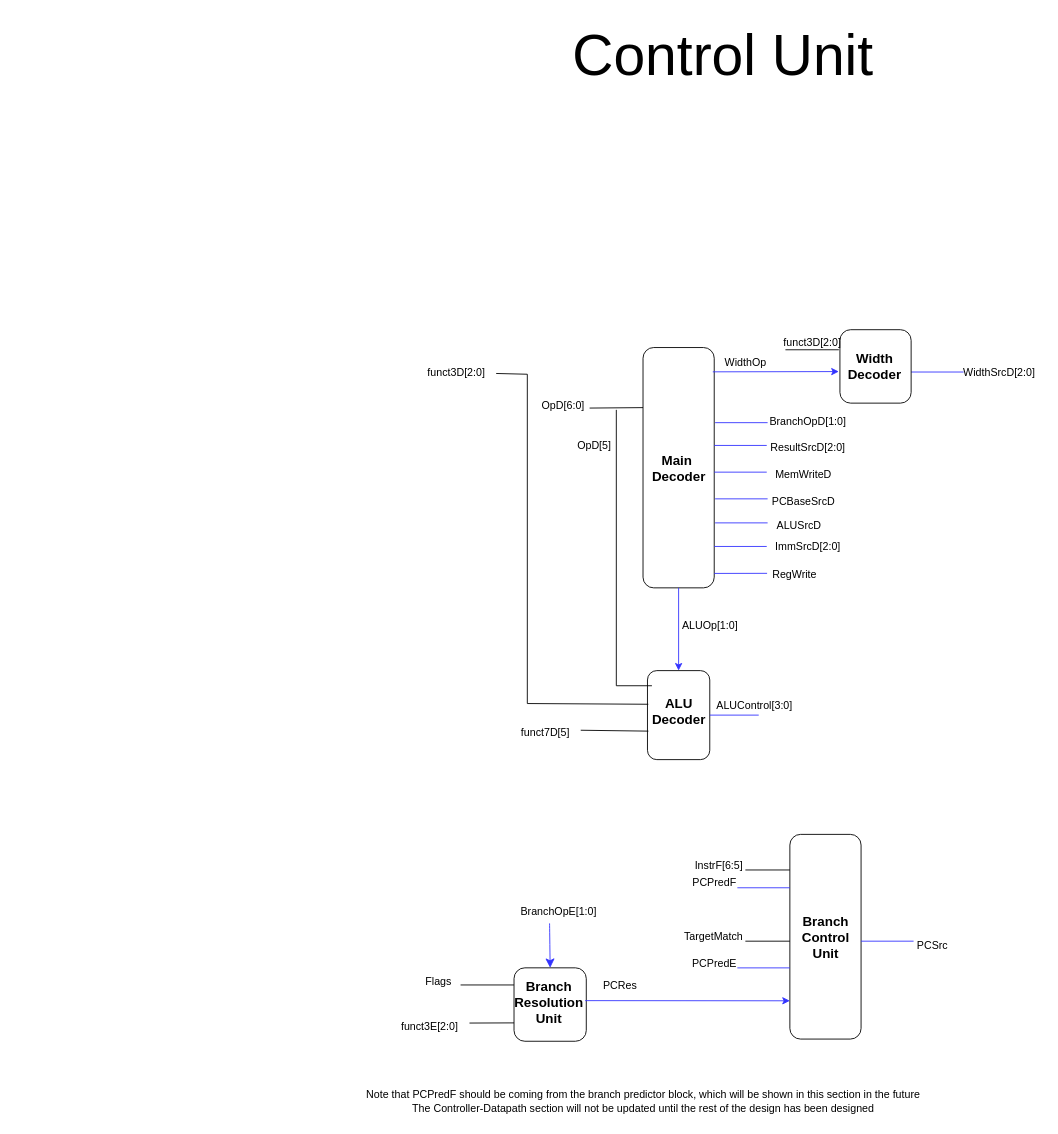
Before: page "Control Unit" (3 of 4) of Documentation/RISC-V Pipelined Schematic.drawio in Biggo03/RISC-V-Pipelined, a draw.io diagram. Source tidied: cells renumbered, new cells numbered last; positions are measured from the earlier drawing's top-left corner, leaving out a move shared by most shapes. Both pictures are drawn from the tidied source at 89%, with x=0, y=0 at pixel (353, 15).
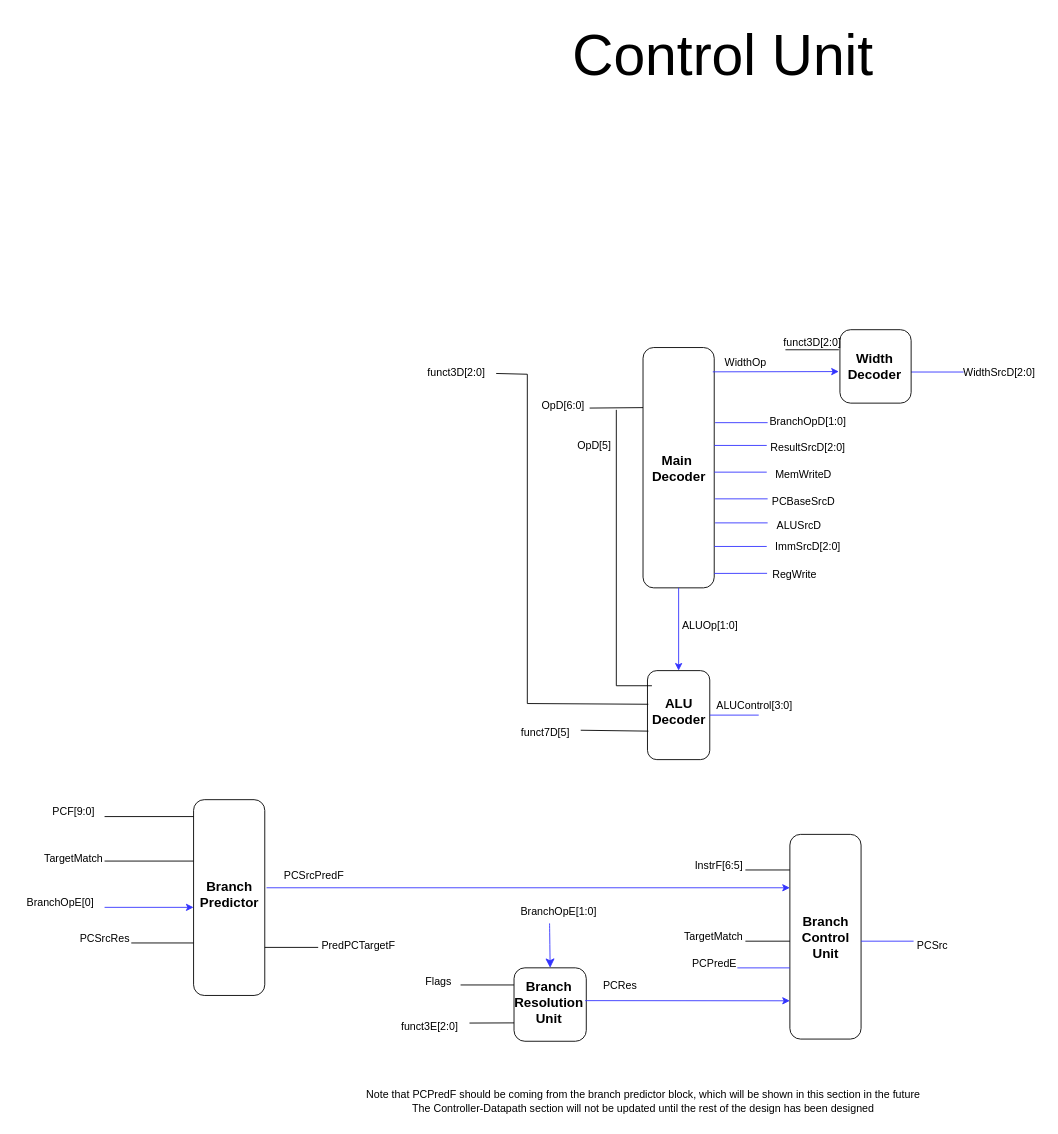
The same page after the edit.

Commit message:
Made schematic for branch predictor, added to control unit schematic

Diff of the diagram source:
```diff
@@
-    <mxCell id="60" style="endArrow=none;html=1;rounded=0;exitX=0.852;exitY=-0.008;exitDx=0;exitDy=0;exitPerimeter=0;strokeColor=#3333FF;" parent="1" edge="1">
+    <mxCell id="60" style="endArrow=classic;html=1;rounded=0;strokeColor=#3333FF;exitX=1.025;exitY=0.45;exitDx=0;exitDy=0;exitPerimeter=0;endFill=1;" parent="1" edge="1" source="69">
       <mxGeometry relative="1" as="geometry">
-        <mxPoint x="431" y="980" as="sourcePoint" />
         <mxPoint x="490" y="980" as="targetPoint" />
       </mxGeometry>
     </mxCell>
-    <mxCell id="61" value="PCPredF" style="text;html=1;align=center;verticalAlign=middle;strokeColor=none;fillColor=none;" parent="1" vertex="1">
-      <mxGeometry x="370" y="960" width="70" height="30" as="geometry" />
+    <mxCell id="61" value="PCSrcPredF" style="text;html=1;align=center;verticalAlign=middle;strokeColor=none;fillColor=none;" parent="1" vertex="1">
+      <mxGeometry x="-90" y="952" width="90" height="30" as="geometry" />
     </mxCell>
@@
+    <mxCell id="69" style="rounded=1;whiteSpace=wrap;html=1;" parent="1" vertex="1">
+      <mxGeometry x="-180" y="881" width="80" height="220" as="geometry" />
+    </mxCell>
+    <mxCell id="70" value="&lt;span style=&quot;font-size: 15px;&quot;&gt;&lt;b&gt;Branch&lt;/b&gt;&lt;/span&gt;&lt;div&gt;&lt;span style=&quot;font-size: 15px;&quot;&gt;&lt;b&gt;Predictor&lt;/b&gt;&lt;/span&gt;&lt;/div&gt;" style="text;html=1;align=center;verticalAlign=middle;strokeColor=none;fillColor=none;" parent="1" vertex="1">
+      <mxGeometry x="-185" y="962" width="90" height="50" as="geometry" />
+    </mxCell>
+    <mxCell id="71" style="endArrow=none;html=1;rounded=0;" parent="1" edge="1">
+      <mxGeometry relative="1" as="geometry">
+        <mxPoint x="-280" y="900" as="sourcePoint" />
+        <mxPoint x="-180" y="900" as="targetPoint" />
+      </mxGeometry>
+    </mxCell>
+    <mxCell id="72" value="PCF[9:0]" style="text;html=1;align=center;verticalAlign=middle;strokeColor=none;fillColor=none;" parent="1" vertex="1">
+      <mxGeometry x="-350" y="880" width="70" height="30" as="geometry" />
+    </mxCell>
+    <mxCell id="73" style="endArrow=none;html=1;rounded=0;" parent="1" edge="1">
+      <mxGeometry relative="1" as="geometry">
+        <mxPoint x="-280" y="950" as="sourcePoint" />
+        <mxPoint x="-180" y="950" as="targetPoint" />
+      </mxGeometry>
+    </mxCell>
+    <mxCell id="74" value="TargetMatch" style="text;html=1;align=center;verticalAlign=middle;strokeColor=none;fillColor=none;" parent="1" vertex="1">
+      <mxGeometry x="-360" y="932" width="90" height="30" as="geometry" />
+    </mxCell>
+    <mxCell id="75" style="endArrow=classic;html=1;rounded=0;strokeColor=#3333FF;endFill=1;" parent="1" edge="1">
+      <mxGeometry relative="1" as="geometry">
+        <mxPoint x="-280" y="1002" as="sourcePoint" />
+        <mxPoint x="-180" y="1002" as="targetPoint" />
+      </mxGeometry>
+    </mxCell>
+    <mxCell id="76" value="&lt;font style=&quot;color: rgb(0, 0, 0);&quot;&gt;BranchOpE[0]&lt;/font&gt;" style="text;html=1;align=center;verticalAlign=middle;strokeColor=none;fillColor=none;" parent="1" vertex="1">
+      <mxGeometry x="-380" y="982" width="100" height="30" as="geometry" />
+    </mxCell>
+    <mxCell id="77" style="endArrow=none;html=1;rounded=0;entryX=0;entryY=0.75;entryDx=0;entryDy=0;" parent="1" edge="1">
+      <mxGeometry relative="1" as="geometry">
+        <mxPoint x="-250" y="1042" as="sourcePoint" />
+        <mxPoint x="-180" y="1042" as="targetPoint" />
+      </mxGeometry>
+    </mxCell>
+    <mxCell id="78" value="PCSrcRes" style="text;html=1;align=center;verticalAlign=middle;strokeColor=none;fillColor=none;" parent="1" vertex="1">
+      <mxGeometry x="-320" y="1022" width="80" height="30" as="geometry" />
+    </mxCell>
+    <mxCell id="79" style="endArrow=none;html=1;rounded=0;exitX=1;exitY=0.75;exitDx=0;exitDy=0;" parent="1" edge="1">
+      <mxGeometry relative="1" as="geometry">
+        <mxPoint x="-100" y="1047" as="sourcePoint" />
+        <mxPoint x="-40" y="1047" as="targetPoint" />
+      </mxGeometry>
+    </mxCell>
+    <mxCell id="80" value="PredPCTargetF" style="text;html=1;align=center;verticalAlign=middle;strokeColor=none;fillColor=none;" parent="1" vertex="1">
+      <mxGeometry x="-50" y="1030" width="110" height="30" as="geometry" />
+    </mxCell>
```
